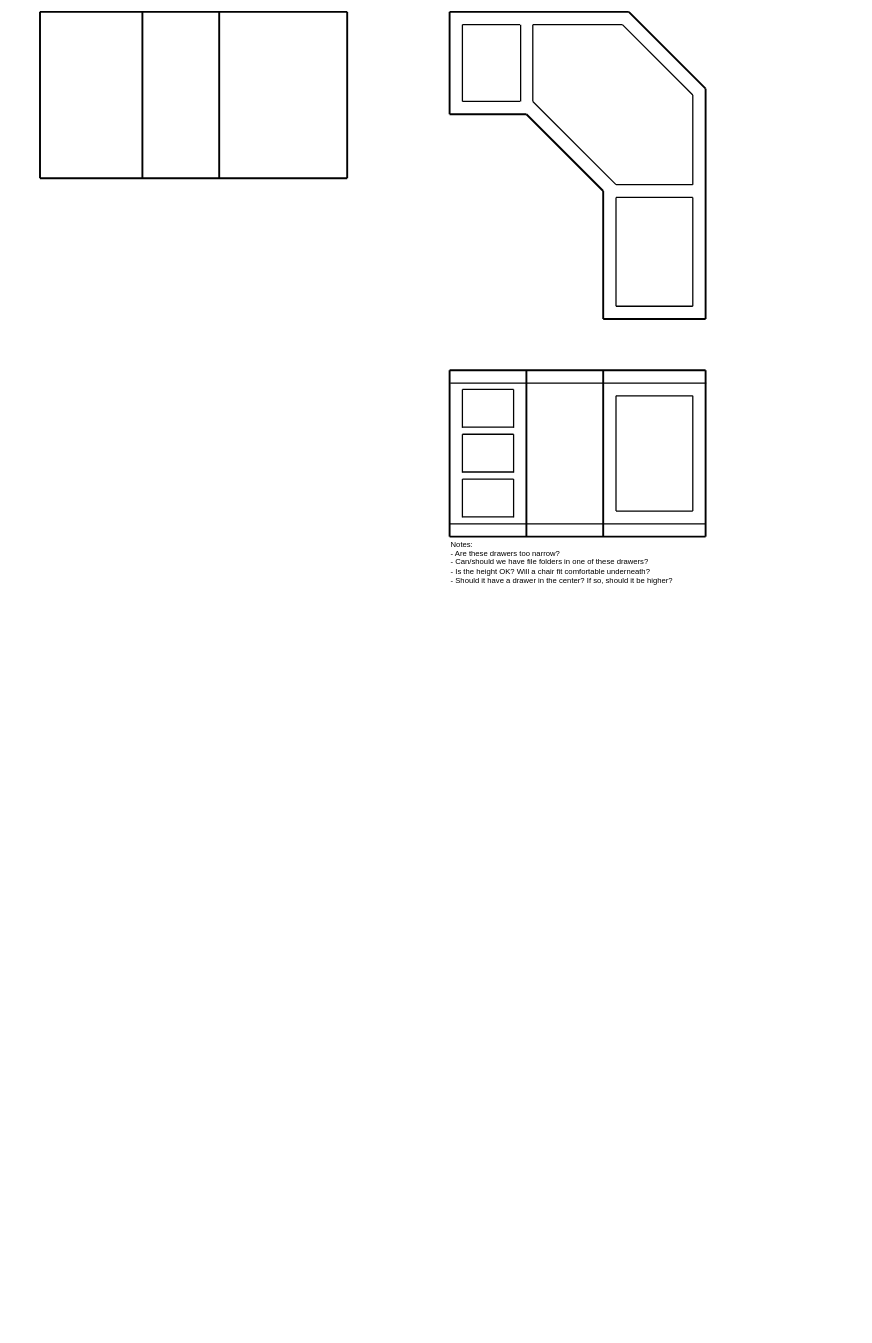
Earlier version of the draw.io diagram desk.drawio (nthurow/draw-io). Source tidied: cells renumbered, new cells numbered last; positions are measured from the earlier drawing's top-left corner, leaving out a move shared by most shapes. Both pictures are drawn from the tidied source at 64%, with x=0, y=0 at pixel (40, 12).
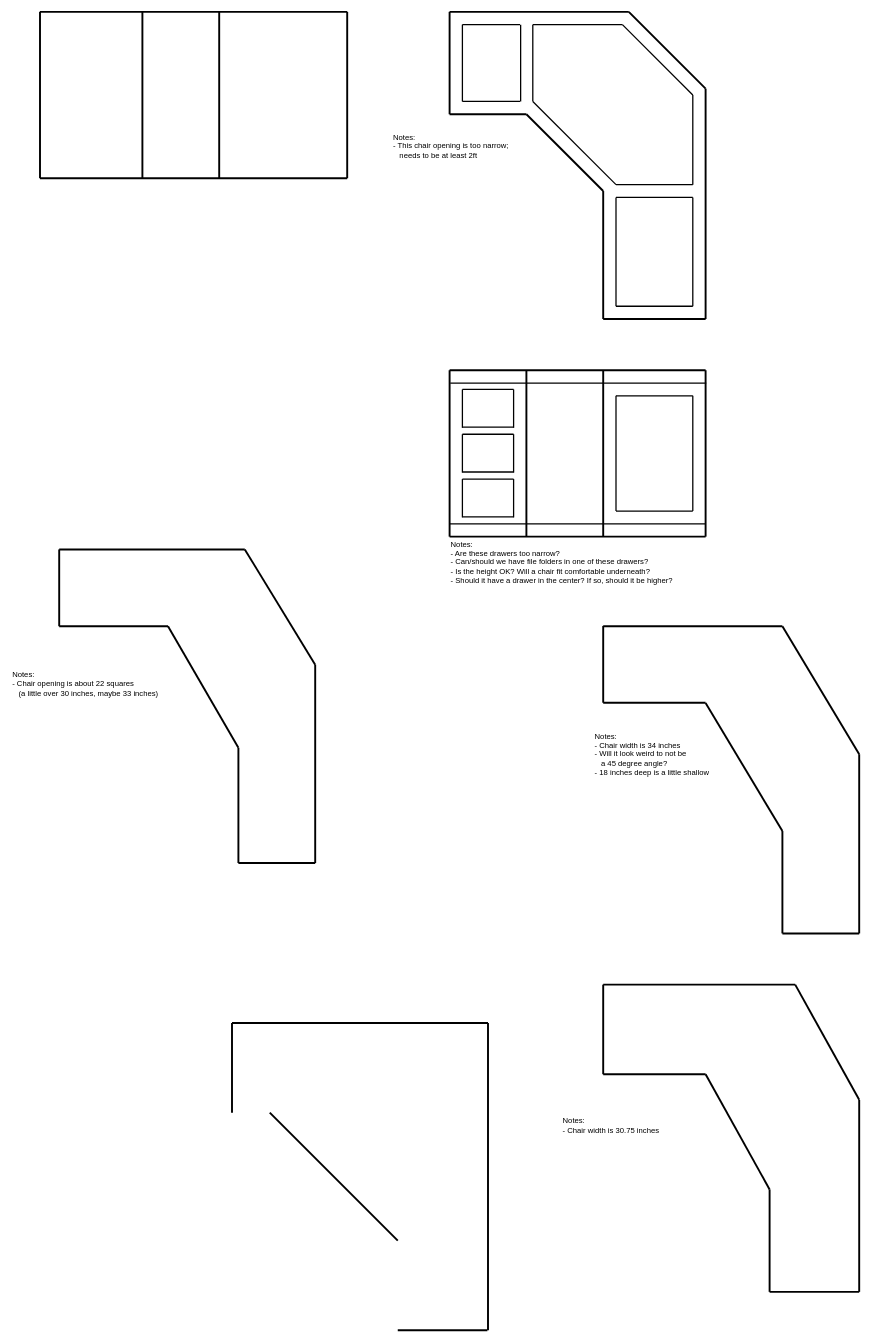
The same page after the edit.

The edit, as a diff of the source:
```diff
@@
+    <mxCell id="55" value="Notes:&lt;br&gt;- This chair opening is too narrow;&lt;br&gt;&amp;nbsp; &amp;nbsp;needs to be at least 2ft" style="text;html=1;align=left;verticalAlign=middle;strokeColor=none;fillColor=none;" parent="1" vertex="1">
+      <mxGeometry x="550" y="180" width="200" height="60" as="geometry" />
+    </mxCell>
+    <mxCell id="56" style="endArrow=none;html=1;rounded=0;strokeWidth=3;noJump=0;" parent="1" edge="1">
+      <mxGeometry relative="1" as="geometry">
+        <mxPoint x="310" y="1150" as="sourcePoint" />
+        <mxPoint x="200" y="960" as="targetPoint" />
+      </mxGeometry>
+    </mxCell>
+    <mxCell id="57" style="endArrow=none;html=1;rounded=0;strokeWidth=3;" parent="1" edge="1">
+      <mxGeometry relative="1" as="geometry">
+        <mxPoint x="30" y="960" as="sourcePoint" />
+        <mxPoint x="200" y="960" as="targetPoint" />
+      </mxGeometry>
+    </mxCell>
+    <mxCell id="58" style="endArrow=none;html=1;rounded=0;strokeWidth=3;" parent="1" edge="1">
+      <mxGeometry relative="1" as="geometry">
+        <mxPoint x="310" y="1330" as="sourcePoint" />
+        <mxPoint x="310" y="1150" as="targetPoint" />
+      </mxGeometry>
+    </mxCell>
+    <mxCell id="59" style="endArrow=none;html=1;rounded=0;strokeWidth=3;" parent="1" edge="1">
+      <mxGeometry relative="1" as="geometry">
+        <mxPoint x="30" y="960" as="sourcePoint" />
+        <mxPoint x="30" y="840" as="targetPoint" />
+      </mxGeometry>
+    </mxCell>
+    <mxCell id="60" style="endArrow=none;html=1;rounded=0;strokeWidth=3;" parent="1" edge="1">
+      <mxGeometry relative="1" as="geometry">
+        <mxPoint x="310" y="1330" as="sourcePoint" />
+        <mxPoint x="430" y="1330" as="targetPoint" />
+      </mxGeometry>
+    </mxCell>
+    <mxCell id="61" style="endArrow=none;html=1;rounded=0;strokeWidth=3;" parent="1" edge="1">
+      <mxGeometry relative="1" as="geometry">
+        <mxPoint x="430" y="1330" as="sourcePoint" />
+        <mxPoint x="430" y="1020" as="targetPoint" />
+      </mxGeometry>
+    </mxCell>
+    <mxCell id="62" style="endArrow=none;html=1;rounded=0;strokeWidth=3;" parent="1" edge="1">
+      <mxGeometry relative="1" as="geometry">
+        <mxPoint x="30" y="840" as="sourcePoint" />
+        <mxPoint x="320" y="840" as="targetPoint" />
+      </mxGeometry>
+    </mxCell>
+    <mxCell id="63" style="endArrow=none;html=1;rounded=0;strokeWidth=3;" parent="1" edge="1">
+      <mxGeometry relative="1" as="geometry">
+        <mxPoint x="430" y="1020" as="sourcePoint" />
+        <mxPoint x="320" y="840" as="targetPoint" />
+      </mxGeometry>
+    </mxCell>
+    <mxCell id="64" value="Notes:&lt;br&gt;- Chair opening is about 22 squares&lt;br&gt;&amp;nbsp; &amp;nbsp;(a little over 30 inches, maybe 33 inches)" style="text;html=1;align=left;verticalAlign=middle;strokeColor=none;fillColor=none;" parent="1" vertex="1">
+      <mxGeometry x="-45" y="1020" width="250" height="60" as="geometry" />
+    </mxCell>
+    <mxCell id="65" style="endArrow=none;html=1;rounded=0;strokeWidth=3;" parent="1" edge="1">
+      <mxGeometry relative="1" as="geometry">
+        <mxPoint x="1160" y="1440" as="sourcePoint" />
+        <mxPoint x="1160" y="1280" as="targetPoint" />
+      </mxGeometry>
+    </mxCell>
+    <mxCell id="66" style="endArrow=none;html=1;rounded=0;strokeWidth=3;" parent="1" edge="1">
+      <mxGeometry relative="1" as="geometry">
+        <mxPoint x="880" y="1079.5" as="sourcePoint" />
+        <mxPoint x="1040" y="1079.5" as="targetPoint" />
+      </mxGeometry>
+    </mxCell>
+    <mxCell id="67" style="endArrow=none;html=1;rounded=0;strokeWidth=3;" parent="1" edge="1">
+      <mxGeometry relative="1" as="geometry">
+        <mxPoint x="880" y="1079.5" as="sourcePoint" />
+        <mxPoint x="880" y="959.5" as="targetPoint" />
+      </mxGeometry>
+    </mxCell>
+    <mxCell id="68" style="endArrow=none;html=1;rounded=0;strokeWidth=3;" parent="1" edge="1">
+      <mxGeometry relative="1" as="geometry">
+        <mxPoint x="1160" y="1440" as="sourcePoint" />
+        <mxPoint x="1280" y="1440" as="targetPoint" />
+      </mxGeometry>
+    </mxCell>
+    <mxCell id="69" style="endArrow=none;html=1;rounded=0;strokeWidth=3;" parent="1" edge="1">
+      <mxGeometry relative="1" as="geometry">
+        <mxPoint x="1280" y="1440" as="sourcePoint" />
+        <mxPoint x="1280" y="1160" as="targetPoint" />
+      </mxGeometry>
+    </mxCell>
+    <mxCell id="70" style="endArrow=none;html=1;rounded=0;strokeWidth=3;" parent="1" edge="1">
+      <mxGeometry relative="1" as="geometry">
+        <mxPoint x="880" y="960" as="sourcePoint" />
+        <mxPoint x="1160" y="960" as="targetPoint" />
+      </mxGeometry>
+    </mxCell>
+    <mxCell id="71" style="endArrow=none;html=1;rounded=0;strokeWidth=3;" parent="1" edge="1">
+      <mxGeometry relative="1" as="geometry">
+        <mxPoint x="1160" y="1280" as="sourcePoint" />
+        <mxPoint x="1040" y="1080" as="targetPoint" />
+      </mxGeometry>
+    </mxCell>
+    <mxCell id="72" value="Notes:&lt;br&gt;- Chair width is 34 inches&lt;br&gt;- Will it look weird to not be&lt;br&gt;&amp;nbsp; &amp;nbsp;a 45 degree angle?&lt;br&gt;- 18 inches deep is a little shallow" style="text;html=1;align=left;verticalAlign=middle;strokeColor=none;fillColor=none;" parent="1" vertex="1">
+      <mxGeometry x="865" y="1115" width="200" height="90" as="geometry" />
+    </mxCell>
+    <mxCell id="73" style="endArrow=none;html=1;rounded=0;strokeWidth=3;" parent="1" edge="1">
+      <mxGeometry relative="1" as="geometry">
+        <mxPoint x="1280" y="1160" as="sourcePoint" />
+        <mxPoint x="1160" y="960" as="targetPoint" />
+      </mxGeometry>
+    </mxCell>
+    <mxCell id="74" style="endArrow=none;html=1;rounded=0;strokeWidth=3;" parent="1" edge="1">
+      <mxGeometry relative="1" as="geometry">
+        <mxPoint x="880" y="1660" as="sourcePoint" />
+        <mxPoint x="880" y="1520" as="targetPoint" />
+      </mxGeometry>
+    </mxCell>
+    <mxCell id="75" style="endArrow=none;html=1;rounded=0;strokeWidth=3;" parent="1" edge="1">
+      <mxGeometry relative="1" as="geometry">
+        <mxPoint x="1140" y="2000" as="sourcePoint" />
+        <mxPoint x="1280" y="2000" as="targetPoint" />
+      </mxGeometry>
+    </mxCell>
+    <mxCell id="76" style="endArrow=none;html=1;rounded=0;strokeWidth=3;" parent="1" edge="1">
+      <mxGeometry relative="1" as="geometry">
+        <mxPoint x="880" y="1520" as="sourcePoint" />
+        <mxPoint x="1180" y="1520" as="targetPoint" />
+      </mxGeometry>
+    </mxCell>
+    <mxCell id="77" style="endArrow=none;html=1;rounded=0;strokeWidth=3;" parent="1" edge="1">
+      <mxGeometry relative="1" as="geometry">
+        <mxPoint x="1280" y="2000" as="sourcePoint" />
+        <mxPoint x="1280" y="1700" as="targetPoint" />
+      </mxGeometry>
+    </mxCell>
+    <mxCell id="78" style="endArrow=none;html=1;rounded=0;strokeWidth=3;" parent="1" edge="1">
+      <mxGeometry relative="1" as="geometry">
+        <mxPoint x="1040" y="1660" as="sourcePoint" />
+        <mxPoint x="880" y="1660" as="targetPoint" />
+      </mxGeometry>
+    </mxCell>
+    <mxCell id="79" style="endArrow=none;html=1;rounded=0;strokeWidth=3;" parent="1" edge="1">
+      <mxGeometry relative="1" as="geometry">
+        <mxPoint x="1140" y="2000" as="sourcePoint" />
+        <mxPoint x="1140" y="1840" as="targetPoint" />
+      </mxGeometry>
+    </mxCell>
+    <mxCell id="80" style="endArrow=none;html=1;rounded=0;strokeWidth=3;" parent="1" edge="1">
+      <mxGeometry relative="1" as="geometry">
+        <mxPoint x="1140" y="1840" as="sourcePoint" />
+        <mxPoint x="1040" y="1660" as="targetPoint" />
+      </mxGeometry>
+    </mxCell>
+    <mxCell id="81" style="endArrow=none;html=1;rounded=0;strokeWidth=3;" parent="1" edge="1">
+      <mxGeometry relative="1" as="geometry">
+        <mxPoint x="1280" y="1700" as="sourcePoint" />
+        <mxPoint x="1180" y="1520" as="targetPoint" />
+      </mxGeometry>
+    </mxCell>
+    <mxCell id="82" value="Notes:&lt;br&gt;- Chair width is 30.75 inches" style="text;html=1;align=left;verticalAlign=middle;strokeColor=none;fillColor=none;" parent="1" vertex="1">
+      <mxGeometry x="815" y="1720" width="170" height="40" as="geometry" />
+    </mxCell>
+    <mxCell id="83" style="endArrow=none;html=1;rounded=0;strokeWidth=3;" parent="1" edge="1">
+      <mxGeometry relative="1" as="geometry">
+        <mxPoint x="559" y="1920" as="sourcePoint" />
+        <mxPoint x="359" y="1720" as="targetPoint" />
+      </mxGeometry>
+    </mxCell>
+    <mxCell id="84" style="endArrow=none;html=1;rounded=0;strokeWidth=3;" parent="1" edge="1">
+      <mxGeometry relative="1" as="geometry">
+        <mxPoint x="559" y="2060" as="sourcePoint" />
+        <mxPoint x="699" y="2060" as="targetPoint" />
+      </mxGeometry>
+    </mxCell>
+    <mxCell id="85" style="endArrow=none;html=1;rounded=0;strokeWidth=3;" parent="1" edge="1">
+      <mxGeometry relative="1" as="geometry">
+        <mxPoint x="300" y="1720" as="sourcePoint" />
+        <mxPoint x="300" y="1580" as="targetPoint" />
+      </mxGeometry>
+    </mxCell>
+    <mxCell id="86" style="endArrow=none;html=1;rounded=0;strokeWidth=3;" parent="1" edge="1">
+      <mxGeometry relative="1" as="geometry">
+        <mxPoint x="300" y="1580" as="sourcePoint" />
+        <mxPoint x="700" y="1580" as="targetPoint" />
+      </mxGeometry>
+    </mxCell>
+    <mxCell id="87" style="endArrow=none;html=1;rounded=0;strokeWidth=3;" parent="1" edge="1">
+      <mxGeometry relative="1" as="geometry">
+        <mxPoint x="700" y="2060" as="sourcePoint" />
+        <mxPoint x="700" y="1580" as="targetPoint" />
+      </mxGeometry>
+    </mxCell>
```
